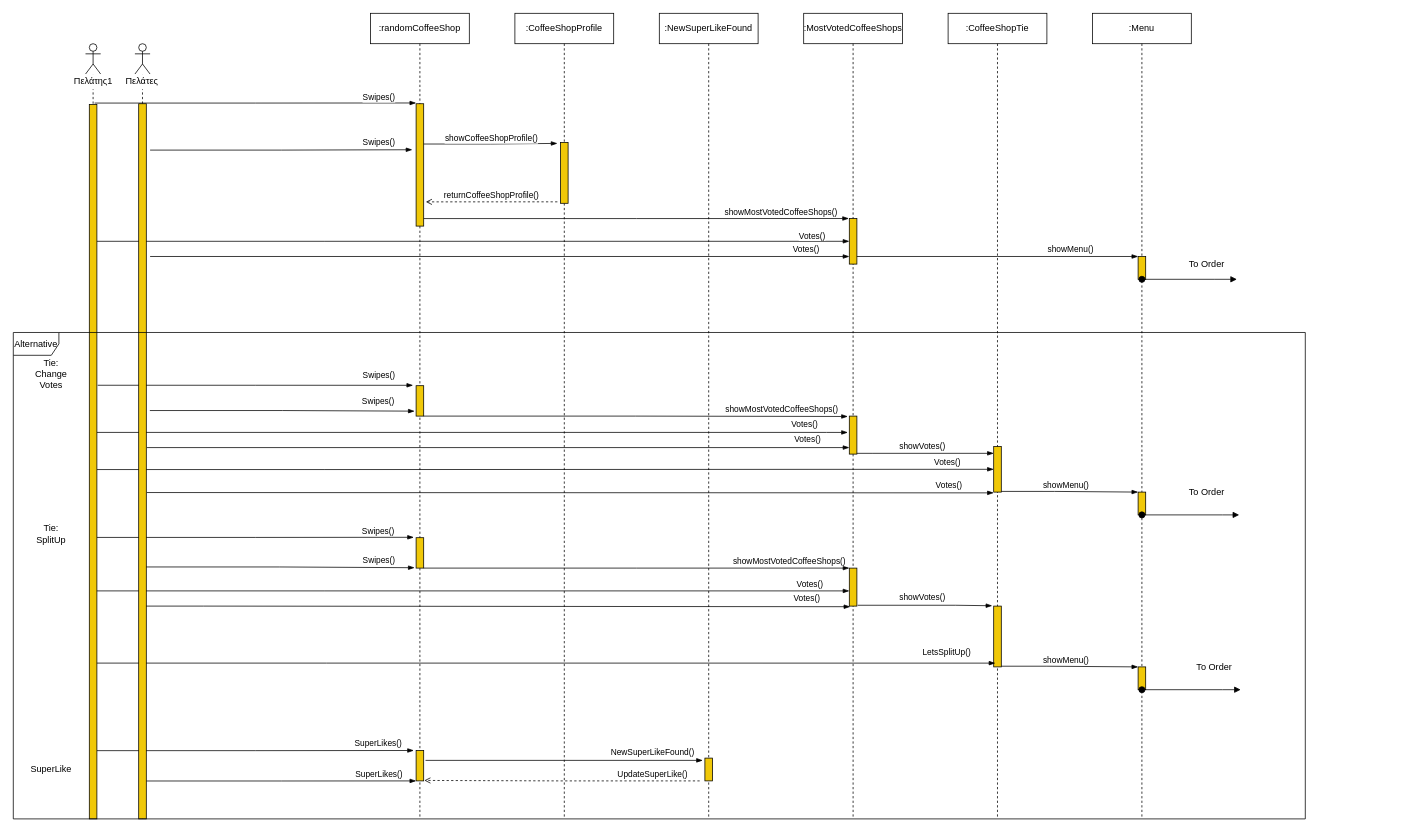
Above: docs/contributions/AthanasiaZ/Writing-Charts/Phase4/sequence_team_choice_coffee_shop.drawio in iloudaros/nomnomr (draw.io), before the change. Source tidied: cells renumbered, new cells numbered last; positions are measured from the earlier drawing's top-left corner, leaving out a move shared by most shapes. Both pictures are drawn from the tidied source at 76%, with x=0, y=0 at pixel (13, 13).
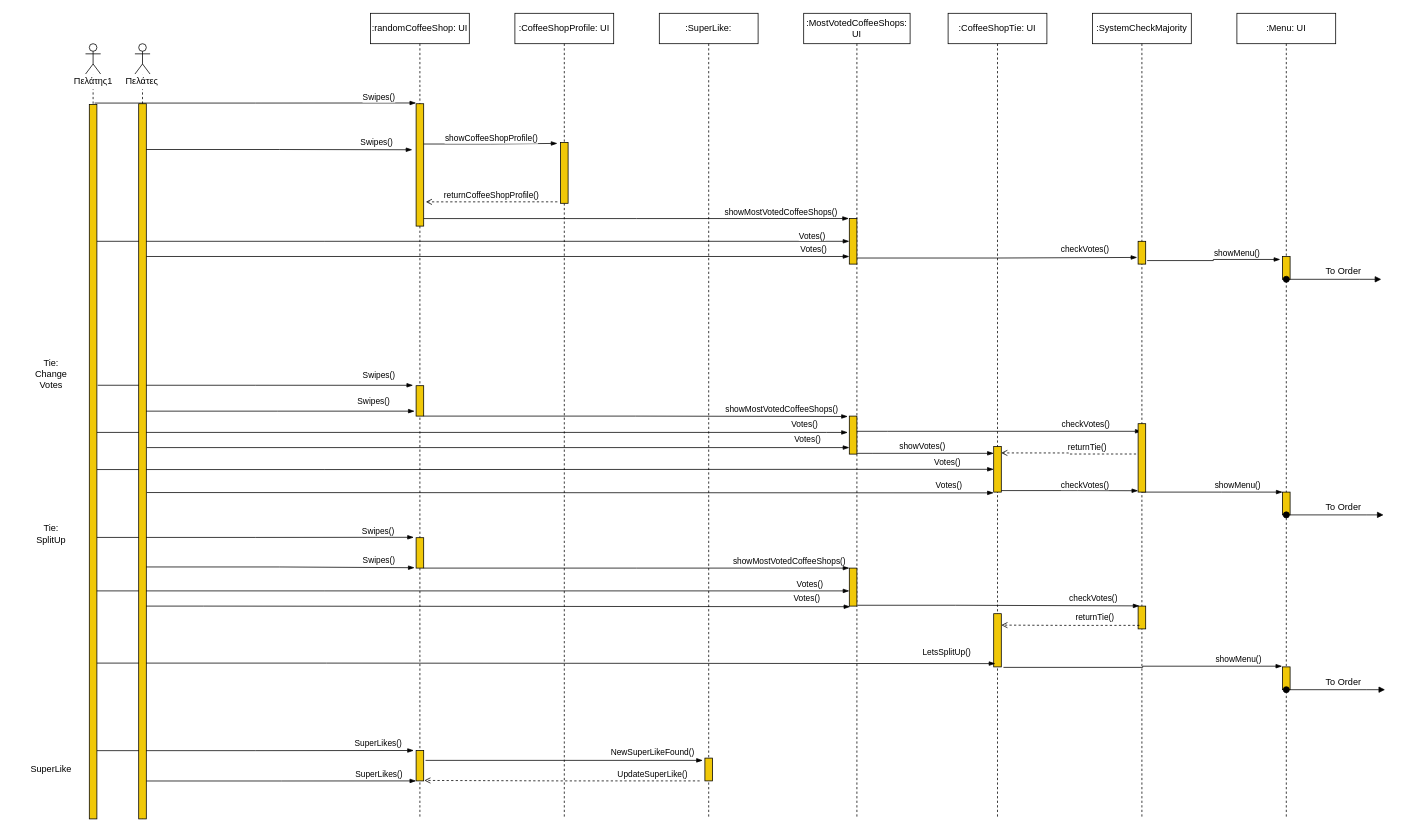
Above is the later version.

The change refers to these unchanged cells:
```xml
<mxCell id="11" style="html=1;points=[];perimeter=orthogonalPerimeter;fillColor=#F0C808;" parent="10" vertex="1">
  <mxGeometry x="60" y="119" width="10" height="161" as="geometry" />
</mxCell>
<mxCell id="16" style="html=1;points=[];perimeter=orthogonalPerimeter;fillColor=#F0C808;" parent="10" vertex="1">
  <mxGeometry x="60" y="490" width="10" height="40" as="geometry" />
</mxCell>
<mxCell id="34" style="html=1;points=[];perimeter=orthogonalPerimeter;fillColor=#F0C808;" parent="33" vertex="1">
  <mxGeometry x="60" y="320" width="10" height="30" as="geometry" />
</mxCell>
<mxCell id="36" style="html=1;points=[];perimeter=orthogonalPerimeter;fillColor=#F0C808;" parent="33" vertex="1">
  <mxGeometry x="60" y="860" width="10" height="30" as="geometry" />
</mxCell>
<mxCell id="49" style="html=1;points=[];perimeter=orthogonalPerimeter;fillColor=#F0C808;" parent="48" vertex="1">
  <mxGeometry x="60" y="570" width="10" height="60" as="geometry" />
</mxCell>
<mxCell id="81" style="shape=umlLifeline;participant=umlActor;perimeter=lifelinePerimeter;whiteSpace=wrap;html=1;verticalAlign=top;spacingTop=36;outlineConnect=0;strokeColor=default;shadow=0;fontFamily=Times New Roman;fillColor=none;" parent="1" vertex="1">
  <mxGeometry x="160" y="40" width="20" height="1020" as="geometry" />
</mxCell>
<mxCell id="82" style="html=1;points=[];perimeter=orthogonalPerimeter;fillColor=#F0C808;gradientColor=none;" parent="81" vertex="1">
  <mxGeometry x="5" y="79" width="10" height="941" as="geometry" />
</mxCell>
```

Diff of the diagram source:
```diff
@@
-    <mxCell id="10" value=":randomCoffeeShop" style="shape=umlLifeline;perimeter=lifelinePerimeter;whiteSpace=wrap;html=1;strokeColor=default;fillColor=none;" parent="1" vertex="1">
+    <mxCell id="10" value=":randomCoffeeShop: UI" style="shape=umlLifeline;perimeter=lifelinePerimeter;whiteSpace=wrap;html=1;strokeColor=default;fillColor=none;" parent="1" vertex="1">
       <mxGeometry x="470" width="130" height="1060" as="geometry" />
     </mxCell>
@@
-    <mxCell id="19" value=":CoffeeShopProfile" style="shape=umlLifeline;perimeter=lifelinePerimeter;whiteSpace=wrap;html=1;strokeColor=default;fillColor=none;" parent="1" vertex="1">
+    <mxCell id="19" value=":CoffeeShopProfile: UI" style="shape=umlLifeline;perimeter=lifelinePerimeter;whiteSpace=wrap;html=1;strokeColor=default;fillColor=none;" parent="1" vertex="1">
       <mxGeometry x="660" width="130" height="1060" as="geometry" />
     </mxCell>
@@
-    <mxCell id="21" value=":MostVotedCoffeeShops" style="shape=umlLifeline;perimeter=lifelinePerimeter;whiteSpace=wrap;html=1;strokeColor=default;fillColor=none;" parent="1" vertex="1">
-      <mxGeometry x="1040" width="130" height="1060" as="geometry" />
+    <mxCell id="21" value=":MostVotedCoffeeShops:&lt;br&gt;UI" style="shape=umlLifeline;perimeter=lifelinePerimeter;whiteSpace=wrap;html=1;strokeColor=default;fillColor=none;" parent="1" vertex="1">
+      <mxGeometry x="1040" width="140" height="1060" as="geometry" />
     </mxCell>
@@
-    <mxCell id="23" style="edgeStyle=elbowEdgeStyle;fontSize=12;html=1;endArrow=blockThin;endFill=1;rounded=0;exitX=1.1;exitY=0.91;exitDx=0;exitDy=0;exitPerimeter=0;entryX=-0.2;entryY=-0.006;entryDx=0;entryDy=0;entryPerimeter=0;" parent="21" edge="1" target="50">
+    <mxCell id="23" style="edgeStyle=elbowEdgeStyle;fontSize=12;html=1;endArrow=blockThin;endFill=1;rounded=0;exitX=1.1;exitY=0.91;exitDx=0;exitDy=0;exitPerimeter=0;entryX=0.173;entryY=-0.009;entryDx=0;entryDy=0;entryPerimeter=0;" parent="21" edge="1" target="103">
       <mxGeometry relative="1" as="geometry">
         <mxPoint x="71" y="778.9" as="sourcePoint" />
         <Array as="points">
           <mxPoint x="200" y="748.4" />
         </Array>
       </mxGeometry>
     </mxCell>
-    <mxCell id="24" value="showVotes()" style="edgeLabel;html=1;align=center;verticalAlign=middle;" parent="23" vertex="1">
+    <mxCell id="24" value="checkVotes()" style="edgeLabel;html=1;align=center;verticalAlign=middle;" parent="23" vertex="1">
       <mxGeometry relative="1" as="geometry">
-        <mxPoint x="-5" y="-10" as="offset" />
+        <mxPoint x="124" y="-10" as="offset" />
       </mxGeometry>
     </mxCell>
@@
+    <mxCell id="96" style="edgeStyle=elbowEdgeStyle;fontSize=12;html=1;endArrow=blockThin;endFill=1;rounded=0;" parent="21" edge="1" target="98">
+      <mxGeometry relative="1" as="geometry">
+        <mxPoint x="70" y="550" as="sourcePoint" />
+        <Array as="points">
+          <mxPoint x="110" y="550" />
+        </Array>
+      </mxGeometry>
+    </mxCell>
+    <mxCell id="97" value="checkVotes()" style="edgeLabel;html=1;align=center;verticalAlign=middle;" parent="96" vertex="1">
+      <mxGeometry relative="1" as="geometry">
+        <mxPoint x="113" y="-10" as="offset" />
+      </mxGeometry>
+    </mxCell>
@@
-    <mxCell id="31" style="edgeStyle=elbowEdgeStyle;fontSize=12;html=1;endArrow=blockThin;endFill=1;rounded=0;entryX=0;entryY=0;entryDx=0;entryDy=0;entryPerimeter=0;" parent="1" edge="1" target="34">
+    <mxCell id="31" style="edgeStyle=elbowEdgeStyle;fontSize=12;html=1;endArrow=blockThin;endFill=1;rounded=0;entryX=-0.118;entryY=0.708;entryDx=0;entryDy=0;entryPerimeter=0;" parent="1" edge="1" target="99">
       <mxGeometry relative="1" as="geometry">
-        <mxPoint x="1110" y="320" as="sourcePoint" />
+        <mxPoint x="1110" y="322" as="sourcePoint" />
       </mxGeometry>
     </mxCell>
-    <mxCell id="32" value="showMenu()" style="edgeLabel;html=1;align=center;verticalAlign=middle;" parent="31" vertex="1">
+    <mxCell id="32" value="checkVotes()" style="edgeLabel;html=1;align=center;verticalAlign=middle;" parent="31" vertex="1">
       <mxGeometry relative="1" as="geometry">
-        <mxPoint x="95" y="-10" as="offset" />
+        <mxPoint x="115" y="-12" as="offset" />
       </mxGeometry>
     </mxCell>
-    <mxCell id="33" value=":Menu" style="shape=umlLifeline;perimeter=lifelinePerimeter;whiteSpace=wrap;html=1;strokeColor=default;fillColor=none;" parent="1" vertex="1">
-      <mxGeometry x="1420" width="130" height="1060" as="geometry" />
+    <mxCell id="33" value=":Menu: UI" style="shape=umlLifeline;perimeter=lifelinePerimeter;whiteSpace=wrap;html=1;strokeColor=default;fillColor=none;" parent="1" vertex="1">
+      <mxGeometry x="1610" width="130" height="1060" as="geometry" />
     </mxCell>
@@
+    <mxCell id="53" style="edgeStyle=elbowEdgeStyle;fontSize=12;html=1;endArrow=blockThin;endFill=1;rounded=0;" parent="33" edge="1">
+      <mxGeometry relative="1" as="geometry">
+        <mxPoint x="-125" y="630" as="sourcePoint" />
+        <mxPoint x="60" y="630" as="targetPoint" />
+        <Array as="points">
+          <mxPoint x="-20" y="640" />
+        </Array>
+      </mxGeometry>
+    </mxCell>
+    <mxCell id="54" value="showMenu()" style="edgeLabel;html=1;align=center;verticalAlign=middle;" parent="53" vertex="1">
+      <mxGeometry relative="1" as="geometry">
+        <mxPoint x="32" y="-10" as="offset" />
+      </mxGeometry>
+    </mxCell>
     <mxCell id="40" value="To Order" style="text;html=1;align=center;verticalAlign=middle;strokeColor=none;fillColor=none;fontColor=none;" parent="1" vertex="1">
-      <mxGeometry x="1540" y="320" width="60" height="20" as="geometry" />
+      <mxGeometry x="1720" y="330" width="60" height="20" as="geometry" />
     </mxCell>
@@
-    <mxCell id="48" value=":CoffeeShopTie" style="shape=umlLifeline;perimeter=lifelinePerimeter;whiteSpace=wrap;html=1;strokeColor=default;fillColor=none;" parent="1" vertex="1">
+    <mxCell id="48" value=":CoffeeShopTie: UI" style="shape=umlLifeline;perimeter=lifelinePerimeter;whiteSpace=wrap;html=1;strokeColor=default;fillColor=none;" parent="1" vertex="1">
       <mxGeometry x="1230" width="130" height="1060" as="geometry" />
     </mxCell>
@@
     <mxCell id="50" style="html=1;points=[];perimeter=orthogonalPerimeter;fillColor=#F0C808;" parent="48" vertex="1">
-      <mxGeometry x="60" y="780" width="10" height="80" as="geometry" />
+      <mxGeometry x="60" y="790" width="10" height="70" as="geometry" />
     </mxCell>
@@
-    <mxCell id="53" style="edgeStyle=elbowEdgeStyle;fontSize=12;html=1;endArrow=blockThin;endFill=1;rounded=0;exitX=1;exitY=0.985;exitDx=0;exitDy=0;exitPerimeter=0;" parent="1" edge="1" source="49">
-      <mxGeometry relative="1" as="geometry">
-        <mxPoint x="1480" y="630" as="targetPoint" />
-        <Array as="points">
-          <mxPoint x="1370" y="639.1" />
-        </Array>
-      </mxGeometry>
-    </mxCell>
-    <mxCell id="54" value="showMenu()" style="edgeLabel;html=1;align=center;verticalAlign=middle;" parent="53" vertex="1">
-      <mxGeometry relative="1" as="geometry">
-        <mxPoint x="-5" y="-10" as="offset" />
-      </mxGeometry>
-    </mxCell>
     <mxCell id="55" value="To Order" style="text;html=1;align=center;verticalAlign=middle;strokeColor=none;fillColor=none;fontColor=none;" parent="1" vertex="1">
-      <mxGeometry x="1540" y="620" width="60" height="20" as="geometry" />
+      <mxGeometry x="1720" y="640" width="60" height="20" as="geometry" />
     </mxCell>
@@
     <mxCell id="61" value="To Order" style="text;html=1;align=center;verticalAlign=middle;strokeColor=none;fillColor=none;fontColor=none;" parent="1" vertex="1">
-      <mxGeometry x="1550" y="850" width="60" height="20" as="geometry" />
+      <mxGeometry x="1720" y="870" width="60" height="20" as="geometry" />
     </mxCell>
-    <mxCell id="62" style="edgeStyle=elbowEdgeStyle;fontSize=12;html=1;endArrow=blockThin;endFill=1;rounded=0;exitX=1;exitY=1;exitDx=0;exitDy=0;exitPerimeter=0;" parent="1" edge="1">
-      <mxGeometry relative="1" as="geometry">
-        <mxPoint x="1300" y="859.1" as="sourcePoint" />
-        <mxPoint x="1480" y="860" as="targetPoint" />
-        <Array as="points">
-          <mxPoint x="1360" y="869.1" />
-        </Array>
-      </mxGeometry>
+    <mxCell id="62" style="edgeStyle=elbowEdgeStyle;fontSize=12;html=1;endArrow=blockThin;endFill=1;rounded=0;entryX=-0.053;entryY=-0.031;entryDx=0;entryDy=0;entryPerimeter=0;exitX=1.282;exitY=1.009;exitDx=0;exitDy=0;exitPerimeter=0;" parent="1" edge="1" source="50" target="36">
+      <mxGeometry relative="1" as="geometry" />
     </mxCell>
     <mxCell id="63" value="showMenu()" style="edgeLabel;html=1;align=center;verticalAlign=middle;" parent="62" vertex="1">
       <mxGeometry relative="1" as="geometry">
-        <mxPoint x="-5" y="-10" as="offset" />
+        <mxPoint x="125" y="-10" as="offset" />
       </mxGeometry>
     </mxCell>
@@
-    <mxCell id="65" style="edgeStyle=elbowEdgeStyle;fontSize=12;html=1;endArrow=blockThin;endFill=1;rounded=0;entryX=-0.5;entryY=0.376;entryDx=0;entryDy=0;entryPerimeter=0;" parent="1" edge="1" target="11">
-      <mxGeometry relative="1" as="geometry">
-        <mxPoint x="180" y="180" as="sourcePoint" />
-      </mxGeometry>
+    <mxCell id="65" style="edgeStyle=elbowEdgeStyle;fontSize=12;html=1;endArrow=blockThin;endFill=1;rounded=0;entryX=-0.5;entryY=0.376;entryDx=0;entryDy=0;entryPerimeter=0;exitX=0.9;exitY=0.064;exitDx=0;exitDy=0;exitPerimeter=0;" parent="1" edge="1" source="82" target="11">
+      <mxGeometry relative="1" as="geometry" />
     </mxCell>
@@
-    <mxCell id="67" style="endArrow=blockThin;html=1;rounded=0;endFill=1;" parent="1" edge="1">
+    <mxCell id="67" style="endArrow=blockThin;html=1;rounded=0;endFill=1;" parent="1" edge="1" source="82">
       <mxGeometry relative="1" as="geometry">
-        <mxPoint x="180" y="320" as="sourcePoint" />
         <mxPoint x="1100" y="320" as="targetPoint" />
       </mxGeometry>
     </mxCell>
     <mxCell id="68" value="Votes()" style="edgeLabel;html=1;align=center;verticalAlign=middle;" parent="1" vertex="1">
-      <mxGeometry x="1040" y="390" as="geometry">
+      <mxGeometry x="1050" y="390" as="geometry">
         <mxPoint x="2" y="-80" as="offset" />
       </mxGeometry>
     </mxCell>
@@
-    <mxCell id="71" style="edgeStyle=elbowEdgeStyle;fontSize=12;html=1;endArrow=blockThin;endFill=1;rounded=0;entryX=-0.2;entryY=0.837;entryDx=0;entryDy=0;entryPerimeter=0;exitX=1.467;exitY=0.429;exitDx=0;exitDy=0;exitPerimeter=0;" parent="1" edge="1" source="82" target="16">
+    <mxCell id="71" style="edgeStyle=elbowEdgeStyle;fontSize=12;html=1;endArrow=blockThin;endFill=1;rounded=0;entryX=-0.2;entryY=0.837;entryDx=0;entryDy=0;entryPerimeter=0;exitX=0.36;exitY=0.474;exitDx=0;exitDy=0;exitPerimeter=0;" parent="1" edge="1" source="81" target="16">
       <mxGeometry relative="1" as="geometry" />
     </mxCell>
@@
-    <mxCell id="84" value=":NewSuperLikeFound" style="shape=umlLifeline;perimeter=lifelinePerimeter;whiteSpace=wrap;html=1;strokeColor=default;fillColor=none;" parent="1" vertex="1">
+    <mxCell id="84" value=":SuperLike:" style="shape=umlLifeline;perimeter=lifelinePerimeter;whiteSpace=wrap;html=1;strokeColor=default;fillColor=none;" parent="1" vertex="1">
       <mxGeometry x="850" width="130" height="1060" as="geometry" />
     </mxCell>
@@
-    <mxCell id="95" value="Alternative" style="shape=umlFrame;whiteSpace=wrap;html=1;rounded=0;labelBackgroundColor=none;labelBorderColor=none;fontColor=default;fillColor=none;gradientColor=none;" parent="1" vertex="1">
-      <mxGeometry y="420" width="1700" height="640" as="geometry" />
-    </mxCell>
+    <mxCell id="98" value=":SystemCheckMajority" style="shape=umlLifeline;perimeter=lifelinePerimeter;whiteSpace=wrap;html=1;outlineConnect=0;strokeColor=default;fillColor=none;" parent="1" vertex="1">
+      <mxGeometry x="1420" width="130" height="1060" as="geometry" />
+    </mxCell>
+    <mxCell id="99" style="html=1;points=[];perimeter=orthogonalPerimeter;fillColor=#F0C808;" parent="98" vertex="1">
+      <mxGeometry x="60" y="300" width="10" height="30" as="geometry" />
+    </mxCell>
+    <mxCell id="100" style="html=1;points=[];perimeter=orthogonalPerimeter;fillColor=#F0C808;" parent="98" vertex="1">
+      <mxGeometry x="60" y="540" width="10" height="90" as="geometry" />
+    </mxCell>
+    <mxCell id="101" style="edgeStyle=elbowEdgeStyle;fontSize=12;html=1;endArrow=blockThin;endFill=1;rounded=0;" parent="98" edge="1">
+      <mxGeometry relative="1" as="geometry">
+        <mxPoint x="-120" y="628" as="sourcePoint" />
+        <mxPoint x="60" y="628.2" as="targetPoint" />
+        <Array as="points">
+          <mxPoint x="-20" y="638.2" />
+        </Array>
+      </mxGeometry>
+    </mxCell>
+    <mxCell id="102" value="checkVotes()" style="edgeLabel;html=1;align=center;verticalAlign=middle;" parent="101" vertex="1">
+      <mxGeometry relative="1" as="geometry">
+        <mxPoint x="19" y="-8" as="offset" />
+      </mxGeometry>
+    </mxCell>
+    <mxCell id="103" style="html=1;points=[];perimeter=orthogonalPerimeter;fillColor=#F0C808;" parent="98" vertex="1">
+      <mxGeometry x="60" y="780" width="10" height="30" as="geometry" />
+    </mxCell>
+    <mxCell id="104" style="edgeStyle=elbowEdgeStyle;fontSize=12;html=1;endArrow=blockThin;endFill=1;rounded=0;exitX=1.191;exitY=0.845;exitDx=0;exitDy=0;exitPerimeter=0;entryX=-0.3;entryY=0.13;entryDx=0;entryDy=0;entryPerimeter=0;" parent="1" edge="1" source="99" target="34">
+      <mxGeometry relative="1" as="geometry" />
+    </mxCell>
+    <mxCell id="105" value="showMenu()" style="edgeLabel;html=1;align=center;verticalAlign=middle;" parent="104" vertex="1">
+      <mxGeometry relative="1" as="geometry">
+        <mxPoint x="30" y="-9" as="offset" />
+      </mxGeometry>
+    </mxCell>
+    <mxCell id="106" style="edgeStyle=orthogonalEdgeStyle;rounded=0;jettySize=auto;html=1;entryX=0.991;entryY=0.141;entryDx=0;entryDy=0;entryPerimeter=0;dashed=1;endArrow=open;endFill=0;exitX=-0.264;exitY=0.443;exitDx=0;exitDy=0;exitPerimeter=0;" parent="1" edge="1" source="100" target="49">
+      <mxGeometry relative="1" as="geometry" />
+    </mxCell>
+    <mxCell id="107" value="returnTie()" style="edgeLabel;html=1;align=center;verticalAlign=middle;" parent="1" vertex="1">
+      <mxGeometry x="1380" y="578" as="geometry">
+        <mxPoint x="32" y="-8" as="offset" />
+      </mxGeometry>
+    </mxCell>
+    <mxCell id="108" style="edgeStyle=orthogonalEdgeStyle;rounded=0;jettySize=auto;html=1;dashed=1;endArrow=open;endFill=0;exitX=0.173;exitY=0.845;exitDx=0;exitDy=0;exitPerimeter=0;" parent="1" edge="1" source="103">
+      <mxGeometry relative="1" as="geometry">
+        <mxPoint x="1300" y="805" as="targetPoint" />
+      </mxGeometry>
+    </mxCell>
+    <mxCell id="109" value="returnTie()" style="edgeLabel;html=1;align=center;verticalAlign=middle;" parent="1" vertex="1">
+      <mxGeometry x="1390" y="802" as="geometry">
+        <mxPoint x="32" y="-8" as="offset" />
+      </mxGeometry>
+    </mxCell>
```
